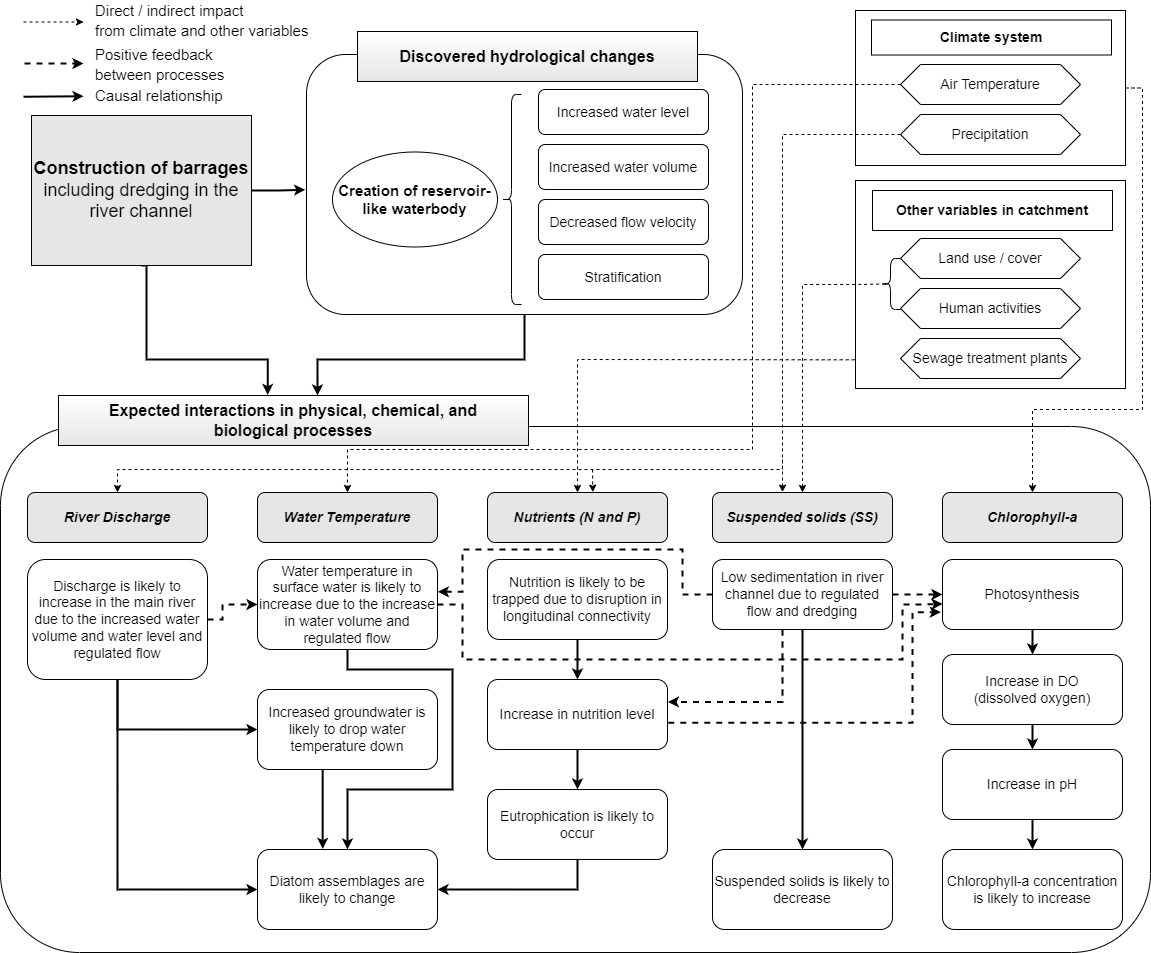
The draw.io diagram Chapter 7 Confirmed changes.png in muyeoljung/PhD_Studyarea, before a commit. Source tidied: cells renumbered, new cells last; positions are measured from the earlier drawing's top-left corner, leaving out a move shared by most shapes.
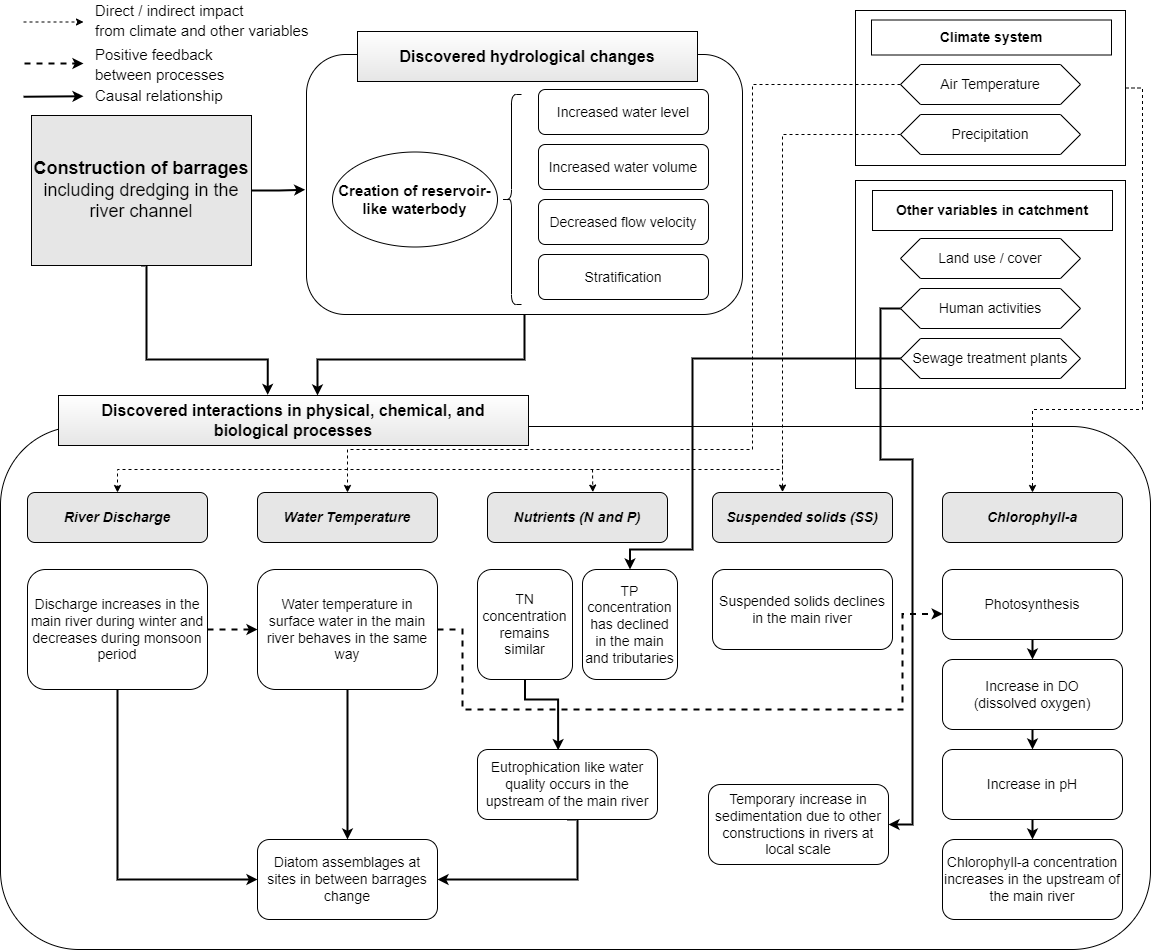
After the commit.

Diff of the diagram source:
```diff
@@ -5,3 +5,3 @@
     <mxCell id="2" style="rounded=1;whiteSpace=wrap;html=1;fontSize=14;fillColor=none;" parent="1" vertex="1">
-      <mxGeometry y="426" width="1150" height="526" as="geometry" />
+      <mxGeometry y="426" width="1150" height="523" as="geometry" />
     </mxCell>
@@ -47,3 +47,3 @@
     <mxCell id="12" value="Photosynthesis" style="rounded=1;whiteSpace=wrap;html=1;fontSize=14;" parent="1" vertex="1">
-      <mxGeometry x="942" y="559" width="180" height="70" as="geometry" />
+      <mxGeometry x="942" y="569" width="180" height="70" as="geometry" />
     </mxCell>
@@ -56,3 +56,3 @@
     <mxCell id="15" value="Increase in DO&lt;br&gt;(dissolved oxygen)" style="rounded=1;whiteSpace=wrap;html=1;fontSize=14;" parent="1" vertex="1">
-      <mxGeometry x="942" y="654" width="180" height="70" as="geometry" />
+      <mxGeometry x="942" y="659" width="180" height="70" as="geometry" />
     </mxCell>
@@ -91,4 +91,4 @@
     </mxCell>
-    <mxCell id="25" value="Chlorophyll-a concentration is likely to increase" style="rounded=1;whiteSpace=wrap;html=1;fontSize=14;" parent="1" vertex="1">
-      <mxGeometry x="942" y="849" width="180" height="80" as="geometry" />
+    <mxCell id="25" value="Chlorophyll-a concentration increases in the upstream of the main river" style="rounded=1;whiteSpace=wrap;html=1;fontSize=14;" parent="1" vertex="1">
+      <mxGeometry x="942" y="839" width="180" height="80" as="geometry" />
     </mxCell>
@@ -130,10 +130,2 @@
     </mxCell>
-    <mxCell id="34" style="edgeStyle=orthogonalEdgeStyle;rounded=0;jettySize=auto;html=1;exitX=0.5;exitY=0;exitDx=0;exitDy=0;dashed=1;fontSize=16;startArrow=classic;startFill=1;endArrow=none;endFill=0;startSize=5;endSize=5;strokeWidth=1;entryX=0.1;entryY=0.5;entryDx=0;entryDy=0;entryPerimeter=0;" parent="1" edge="1" source="35" target="52">
-      <mxGeometry relative="1" as="geometry">
-        <Array as="points">
-          <mxPoint x="802" y="284" />
-          <mxPoint x="858" y="284" />
-        </Array>
-      </mxGeometry>
-    </mxCell>
     <mxCell id="35" value="&lt;b&gt;&lt;i&gt;Suspended solids (SS)&lt;/i&gt;&lt;/b&gt;" style="rounded=1;whiteSpace=wrap;html=1;fontSize=14;fillColor=#E6E6E6;" parent="1" vertex="1">
@@ -141,4 +133,4 @@
     </mxCell>
-    <mxCell id="36" value="Suspended solids is likely to decrease" style="rounded=1;whiteSpace=wrap;html=1;fontSize=14;" parent="1" vertex="1">
-      <mxGeometry x="712" y="849" width="180" height="80" as="geometry" />
+    <mxCell id="36" value="Suspended solids declines in the main river" style="rounded=1;whiteSpace=wrap;html=1;fontSize=14;" parent="1" vertex="1">
+      <mxGeometry x="712" y="569" width="180" height="80" as="geometry" />
     </mxCell>
@@ -150,2 +142,12 @@
     </mxCell>
+    <mxCell id="75" style="edgeStyle=orthogonalEdgeStyle;rounded=0;jettySize=auto;html=1;exitX=0;exitY=0.5;exitDx=0;exitDy=0;entryX=1;entryY=0.5;entryDx=0;entryDy=0;fontSize=15;startArrow=none;startFill=0;endArrow=classic;endFill=1;startSize=5;endSize=5;strokeWidth=2;" parent="1" edge="1" source="39" target="77">
+      <mxGeometry relative="1" as="geometry">
+        <Array as="points">
+          <mxPoint x="880" y="308" />
+          <mxPoint x="880" y="459" />
+          <mxPoint x="912" y="459" />
+          <mxPoint x="912" y="824" />
+        </Array>
+      </mxGeometry>
+    </mxCell>
     <mxCell id="39" value="&lt;span style=&quot;&quot;&gt;Human activities&lt;/span&gt;" style="shape=hexagon;perimeter=hexagonPerimeter2;whiteSpace=wrap;html=1;fixedSize=1;rounded=0;fontSize=14;" parent="1" vertex="1">
@@ -153,7 +155,8 @@
     </mxCell>
-    <mxCell id="40" style="edgeStyle=orthogonalEdgeStyle;rounded=0;jettySize=auto;html=1;exitX=-0.003;exitY=0.862;exitDx=0;exitDy=0;entryX=0.5;entryY=0;entryDx=0;entryDy=0;fontSize=16;startArrow=none;startFill=0;endArrow=classic;endFill=1;startSize=5;endSize=5;strokeWidth=1;dashed=1;exitPerimeter=0;" parent="1" edge="1" source="3" target="18">
+    <mxCell id="40" style="edgeStyle=orthogonalEdgeStyle;rounded=0;jettySize=auto;html=1;exitX=0;exitY=0.5;exitDx=0;exitDy=0;entryX=0.5;entryY=0;entryDx=0;entryDy=0;fontSize=16;startArrow=none;startFill=0;endArrow=classic;endFill=1;startSize=5;endSize=5;strokeWidth=2;" parent="1" edge="1" source="41" target="76">
       <mxGeometry relative="1" as="geometry">
         <Array as="points">
-          <mxPoint x="822" y="359" />
-          <mxPoint x="577" y="359" />
+          <mxPoint x="692" y="358" />
+          <mxPoint x="692" y="549" />
+          <mxPoint x="630" y="549" />
         </Array>
@@ -164,3 +167,3 @@
     </mxCell>
-    <mxCell id="42" value="&lt;b&gt;&lt;font style=&quot;font-size: 16px;&quot;&gt;Expected interactions in physical, chemical, and biological&amp;nbsp;&lt;/font&gt;&lt;/b&gt;&lt;b&gt;&lt;font style=&quot;font-size: 16px;&quot;&gt;processes&lt;/font&gt;&lt;/b&gt;" style="rounded=0;whiteSpace=wrap;html=1;fontSize=14;gradientColor=#ffffff;fillColor=#E6E6E6;gradientDirection=north;" parent="1" vertex="1">
+    <mxCell id="42" value="&lt;b&gt;&lt;font style=&quot;font-size: 16px;&quot;&gt;Discovered interactions in physical, chemical, and biological&amp;nbsp;&lt;/font&gt;&lt;/b&gt;&lt;b&gt;&lt;font style=&quot;font-size: 16px;&quot;&gt;processes&lt;/font&gt;&lt;/b&gt;" style="rounded=0;whiteSpace=wrap;html=1;fontSize=14;gradientColor=#ffffff;fillColor=#E6E6E6;gradientDirection=north;" parent="1" vertex="1">
       <mxGeometry x="58" y="395" width="470" height="50" as="geometry" />
@@ -173,4 +176,4 @@
         <Array as="points">
-          <mxPoint x="222" y="619" />
-          <mxPoint x="222" y="604" />
+          <mxPoint x="242" y="629" />
+          <mxPoint x="242" y="629" />
         </Array>
@@ -178,4 +181,4 @@
     </mxCell>
-    <mxCell id="45" value="Discharge is likely to increase in the main river due to the increased water volume and water level and regulated flow" style="rounded=1;whiteSpace=wrap;html=1;fontSize=14;" parent="1" vertex="1">
-      <mxGeometry x="27" y="559" width="180" height="120" as="geometry" />
+    <mxCell id="45" value="Discharge increases in the main river during winter and decreases during monsoon period" style="rounded=1;whiteSpace=wrap;html=1;fontSize=14;" parent="1" vertex="1">
+      <mxGeometry x="27" y="569" width="180" height="120" as="geometry" />
     </mxCell>
@@ -184,7 +187,6 @@
         <Array as="points">
-          <mxPoint x="462" y="604" />
-          <mxPoint x="462" y="659" />
-          <mxPoint x="902" y="659" />
-          <mxPoint x="902" y="604" />
-          <mxPoint x="922" y="604" />
+          <mxPoint x="462" y="629" />
+          <mxPoint x="462" y="709" />
+          <mxPoint x="902" y="709" />
+          <mxPoint x="902" y="613" />
         </Array>
@@ -195,6 +197,4 @@
         <Array as="points">
-          <mxPoint x="347" y="669" />
-          <mxPoint x="452" y="669" />
-          <mxPoint x="452" y="789" />
-          <mxPoint x="347" y="789" />
+          <mxPoint x="347" y="729" />
+          <mxPoint x="347" y="729" />
         </Array>
@@ -202,4 +202,4 @@
     </mxCell>
-    <mxCell id="48" value="Water temperature in surface water is likely to increase due to the increase in water volume and regulated flow" style="rounded=1;whiteSpace=wrap;html=1;fontSize=14;" parent="1" vertex="1">
-      <mxGeometry x="257" y="559" width="180" height="90" as="geometry" />
+    <mxCell id="48" value="Water temperature in surface water in the main river behaves in the same way" style="rounded=1;whiteSpace=wrap;html=1;fontSize=14;" parent="1" vertex="1">
+      <mxGeometry x="257" y="569" width="180" height="120" as="geometry" />
     </mxCell>
@@ -217,8 +217,5 @@
     </mxCell>
-    <mxCell id="51" value="Diatom assemblages are likely to change" style="rounded=1;whiteSpace=wrap;html=1;fontSize=14;" parent="1" vertex="1">
-      <mxGeometry x="257" y="849" width="180" height="80" as="geometry" />
+    <mxCell id="51" value="Diatom assemblages at sites in between barrages change" style="rounded=1;whiteSpace=wrap;html=1;fontSize=14;" parent="1" vertex="1">
+      <mxGeometry x="257" y="839" width="180" height="80" as="geometry" />
     </mxCell>
-    <mxCell id="52" style="shape=curlyBracket;whiteSpace=wrap;html=1;rounded=1;shadow=0;sketch=0;fontSize=16;fillColor=#E6E6E6;gradientColor=#ffffff;gradientDirection=north;" parent="1" vertex="1">
-      <mxGeometry x="880" y="258" width="20" height="51" as="geometry" />
-    </mxCell>
     <mxCell id="53" value="&lt;font style=&quot;font-size: 15px;&quot;&gt;Causal relationship&lt;/font&gt;" style="text;html=1;align=left;verticalAlign=middle;fillColor=none;strokeColor=none;rounded=0;shadow=0;sketch=0;fontSize=16;" parent="1" vertex="1">
@@ -229,51 +226,13 @@
     </mxCell>
-    <mxCell id="55" style="edgeStyle=orthogonalEdgeStyle;rounded=0;jettySize=auto;html=1;exitX=0.389;exitY=1;exitDx=0;exitDy=0;dashed=1;fontSize=16;startArrow=none;startFill=0;endArrow=classic;endFill=1;startSize=5;endSize=5;strokeWidth=2;exitPerimeter=0;entryX=1.002;entryY=0.321;entryDx=0;entryDy=0;entryPerimeter=0;" parent="1" edge="1" source="59" target="64">
-      <mxGeometry relative="1" as="geometry">
-        <Array as="points">
-          <mxPoint x="782" y="629" />
-          <mxPoint x="782" y="700" />
-        </Array>
-      </mxGeometry>
-    </mxCell>
-    <mxCell id="56" style="edgeStyle=orthogonalEdgeStyle;rounded=0;jettySize=auto;html=1;exitX=0.5;exitY=1;exitDx=0;exitDy=0;fontSize=15;startArrow=none;startFill=0;endArrow=classic;endFill=1;startSize=5;endSize=5;strokeWidth=2;" parent="1" edge="1" source="59" target="36">
-      <mxGeometry relative="1" as="geometry" />
-    </mxCell>
-    <mxCell id="57" style="edgeStyle=orthogonalEdgeStyle;rounded=0;jettySize=auto;html=1;exitX=1;exitY=0.5;exitDx=0;exitDy=0;entryX=0;entryY=0.5;entryDx=0;entryDy=0;fontSize=15;startArrow=none;startFill=0;endArrow=classic;endFill=1;startSize=5;endSize=5;strokeWidth=2;dashed=1;" parent="1" edge="1" source="59" target="12">
-      <mxGeometry relative="1" as="geometry" />
-    </mxCell>
-    <mxCell id="58" style="edgeStyle=orthogonalEdgeStyle;rounded=0;jettySize=auto;html=1;exitX=0;exitY=0.5;exitDx=0;exitDy=0;entryX=1.002;entryY=0.359;entryDx=0;entryDy=0;dashed=1;fontSize=15;startArrow=none;startFill=0;endArrow=classic;endFill=1;startSize=5;endSize=5;strokeWidth=2;entryPerimeter=0;" parent="1" edge="1" source="59" target="48">
-      <mxGeometry relative="1" as="geometry">
-        <Array as="points">
-          <mxPoint x="682" y="594" />
-          <mxPoint x="682" y="549" />
-          <mxPoint x="462" y="549" />
-          <mxPoint x="462" y="591" />
-          <mxPoint x="437" y="591" />
-        </Array>
-      </mxGeometry>
-    </mxCell>
-    <mxCell id="59" value="Low sedimentation in river channel due to regulated flow and dredging" style="rounded=1;whiteSpace=wrap;html=1;fontSize=14;" parent="1" vertex="1">
-      <mxGeometry x="712" y="559" width="180" height="70" as="geometry" />
-    </mxCell>
-    <mxCell id="60" style="edgeStyle=orthogonalEdgeStyle;rounded=0;jettySize=auto;html=1;exitX=0.5;exitY=1;exitDx=0;exitDy=0;entryX=0.5;entryY=0;entryDx=0;entryDy=0;fontSize=16;startArrow=none;startFill=0;endArrow=classic;endFill=1;startSize=5;endSize=5;strokeWidth=2;" parent="1" edge="1" source="61" target="64">
-      <mxGeometry relative="1" as="geometry" />
+    <mxCell id="60" style="edgeStyle=orthogonalEdgeStyle;rounded=0;jettySize=auto;html=1;exitX=0.5;exitY=1;exitDx=0;exitDy=0;entryX=0.448;entryY=0.01;entryDx=0;entryDy=0;fontSize=16;startArrow=none;startFill=0;endArrow=classic;endFill=1;startSize=5;endSize=5;strokeWidth=2;entryPerimeter=0;" parent="1" edge="1" source="61" target="66">
+      <mxGeometry relative="1" as="geometry">
+        <Array as="points">
+          <mxPoint x="525" y="699" />
+          <mxPoint x="558" y="699" />
+        </Array>
+      </mxGeometry>
     </mxCell>
-    <mxCell id="61" value="Nutrition is likely to be trapped due to disruption in longitudinal connectivity" style="rounded=1;whiteSpace=wrap;html=1;fontSize=14;" parent="1" vertex="1">
-      <mxGeometry x="487" y="559" width="180" height="80" as="geometry" />
+    <mxCell id="61" value="TN concentration remains similar" style="rounded=1;whiteSpace=wrap;html=1;fontSize=14;" parent="1" vertex="1">
+      <mxGeometry x="477" y="569" width="95" height="110" as="geometry" />
     </mxCell>
-    <mxCell id="62" style="edgeStyle=orthogonalEdgeStyle;rounded=0;jettySize=auto;html=1;entryX=0.5;entryY=0;entryDx=0;entryDy=0;fontSize=16;startArrow=none;startFill=0;endArrow=classic;endFill=1;startSize=5;endSize=5;strokeWidth=2;" parent="1" edge="1" source="64" target="66">
-      <mxGeometry relative="1" as="geometry" />
-    </mxCell>
-    <mxCell id="63" style="edgeStyle=orthogonalEdgeStyle;rounded=0;jettySize=auto;html=1;exitX=1.004;exitY=0.617;exitDx=0;exitDy=0;fontSize=15;startArrow=none;startFill=0;endArrow=classic;endFill=1;startSize=5;endSize=5;strokeWidth=2;dashed=1;exitPerimeter=0;entryX=-0.009;entryY=0.753;entryDx=0;entryDy=0;entryPerimeter=0;" parent="1" edge="1" source="64" target="12">
-      <mxGeometry relative="1" as="geometry">
-        <Array as="points">
-          <mxPoint x="912" y="722" />
-          <mxPoint x="912" y="611" />
-          <mxPoint x="940" y="611" />
-        </Array>
-      </mxGeometry>
-    </mxCell>
-    <mxCell id="64" value="Increase in nutrition level" style="rounded=1;whiteSpace=wrap;html=1;fontSize=14;" parent="1" vertex="1">
-      <mxGeometry x="487" y="679" width="180" height="70" as="geometry" />
-    </mxCell>
     <mxCell id="65" style="edgeStyle=orthogonalEdgeStyle;rounded=0;jettySize=auto;html=1;exitX=0.5;exitY=1;exitDx=0;exitDy=0;entryX=1;entryY=0.5;entryDx=0;entryDy=0;fontSize=15;startArrow=none;startFill=0;endArrow=classic;endFill=1;startSize=5;endSize=5;strokeWidth=2;" parent="1" edge="1" source="66" target="51">
@@ -281,3 +240,3 @@
         <Array as="points">
-          <mxPoint x="577" y="889" />
+          <mxPoint x="577" y="879" />
         </Array>
@@ -285,4 +244,4 @@
     </mxCell>
-    <mxCell id="66" value="Eutrophication is likely to occur" style="rounded=1;whiteSpace=wrap;html=1;fontSize=14;" parent="1" vertex="1">
-      <mxGeometry x="487" y="789" width="180" height="70" as="geometry" />
+    <mxCell id="66" value="Eutrophication like water quality occurs in the upstream of the main river" style="rounded=1;whiteSpace=wrap;html=1;fontSize=14;" parent="1" vertex="1">
+      <mxGeometry x="477" y="749" width="180" height="70" as="geometry" />
     </mxCell>
@@ -307,14 +266,14 @@
     </mxCell>
-    <mxCell id="71" style="edgeStyle=orthogonalEdgeStyle;rounded=0;jettySize=auto;html=1;fontSize=15;startArrow=classic;startFill=1;endArrow=none;endFill=0;startSize=5;endSize=5;strokeWidth=2;" parent="1" edge="1" source="73" target="45">
-      <mxGeometry relative="1" as="geometry" />
-    </mxCell>
-    <mxCell id="72" style="edgeStyle=orthogonalEdgeStyle;rounded=0;jettySize=auto;html=1;exitX=0.362;exitY=1;exitDx=0;exitDy=0;fontSize=15;startArrow=none;startFill=0;endArrow=classic;endFill=1;startSize=5;endSize=5;strokeWidth=2;exitPerimeter=0;entryX=0.362;entryY=-0.008;entryDx=0;entryDy=0;entryPerimeter=0;" parent="1" edge="1" source="73" target="51">
-      <mxGeometry relative="1" as="geometry" />
-    </mxCell>
-    <mxCell id="73" value="Increased groundwater is likely to drop water temperature down" style="rounded=1;whiteSpace=wrap;html=1;fontSize=14;" parent="1" vertex="1">
-      <mxGeometry x="257" y="689" width="180" height="80" as="geometry" />
-    </mxCell>
-    <mxCell id="74" style="edgeStyle=orthogonalEdgeStyle;rounded=0;orthogonalLoop=1;jettySize=auto;html=1;exitX=0.5;exitY=1;exitDx=0;exitDy=0;fontSize=15;startArrow=classic;startFill=1;endArrow=none;endFill=0;startSize=5;endSize=5;strokeWidth=2;" parent="1" edge="1" source="73" target="73">
-      <mxGeometry relative="1" as="geometry" />
+    <mxCell id="74" style="edgeStyle=orthogonalEdgeStyle;rounded=0;orthogonalLoop=1;jettySize=auto;html=1;exitX=0.5;exitY=1;exitDx=0;exitDy=0;fontSize=15;startArrow=classic;startFill=1;endArrow=none;endFill=0;startSize=5;endSize=5;strokeWidth=2;" parent="1" edge="1">
+      <mxGeometry relative="1" as="geometry">
+        <mxPoint x="347" y="769" as="sourcePoint" />
+        <mxPoint x="347" y="769" as="targetPoint" />
+      </mxGeometry>
     </mxCell>
+    <mxCell id="76" value="TP concentration has declined in the main and tributaries" style="rounded=1;whiteSpace=wrap;html=1;fontSize=14;" parent="1" vertex="1">
+      <mxGeometry x="582" y="569" width="95" height="110" as="geometry" />
+    </mxCell>
+    <mxCell id="77" value="Temporary increase in sedimentation due to other constructions in rivers at local scale" style="rounded=1;whiteSpace=wrap;html=1;fontSize=14;" parent="1" vertex="1">
+      <mxGeometry x="708" y="784" width="180" height="80" as="geometry" />
+    </mxCell>
   </root>
```
